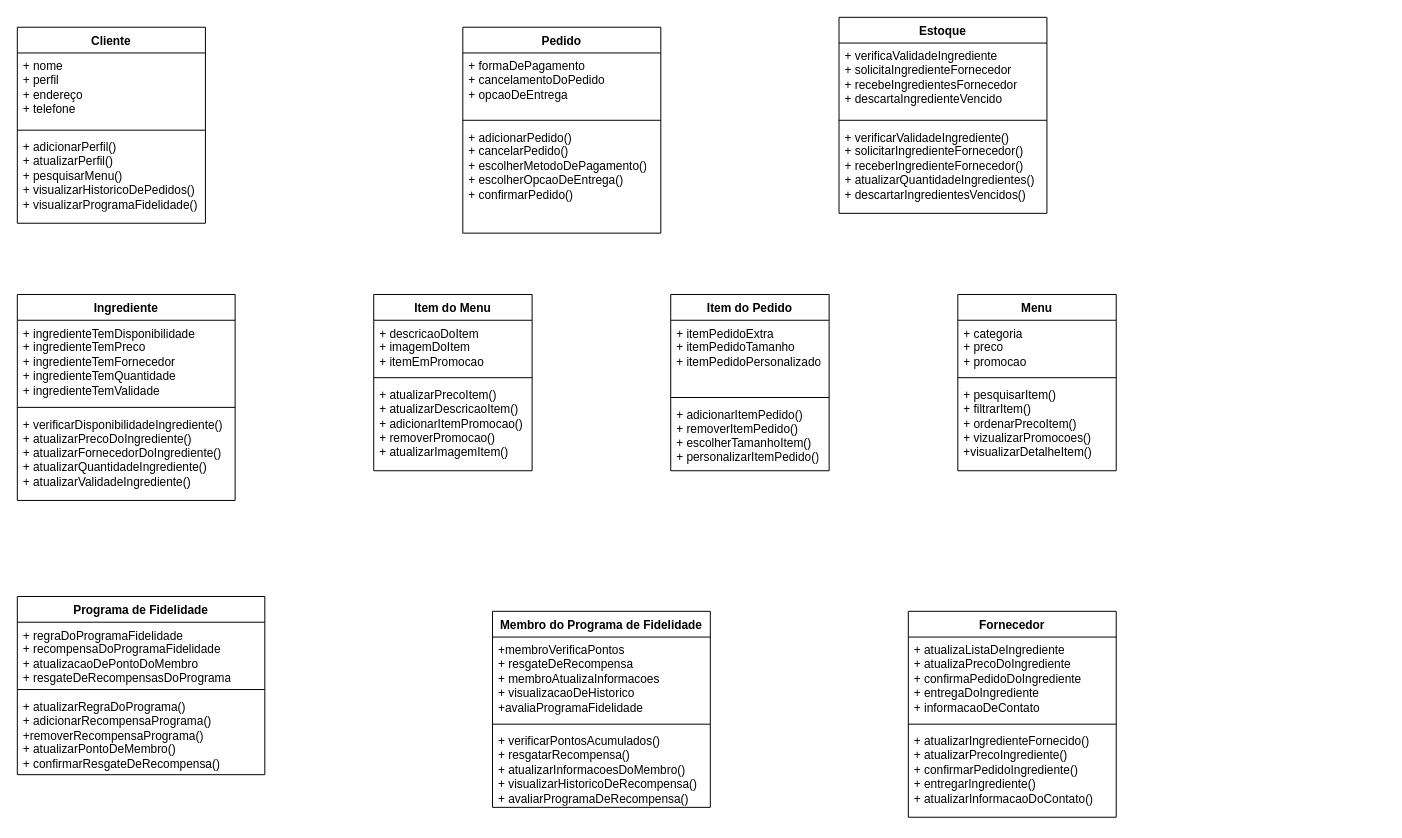
This is DiagramaDeClasses.drawio from JORGEMELO21/StarupSequencial, a draw.io file, before an edit. Source tidied: cells renumbered, new cells numbered last; positions are measured from the earlier drawing's top-left corner, leaving out a move shared by most shapes. Both pictures are drawn from the tidied source at 99%, with x=0, y=0 at pixel (17, 17).
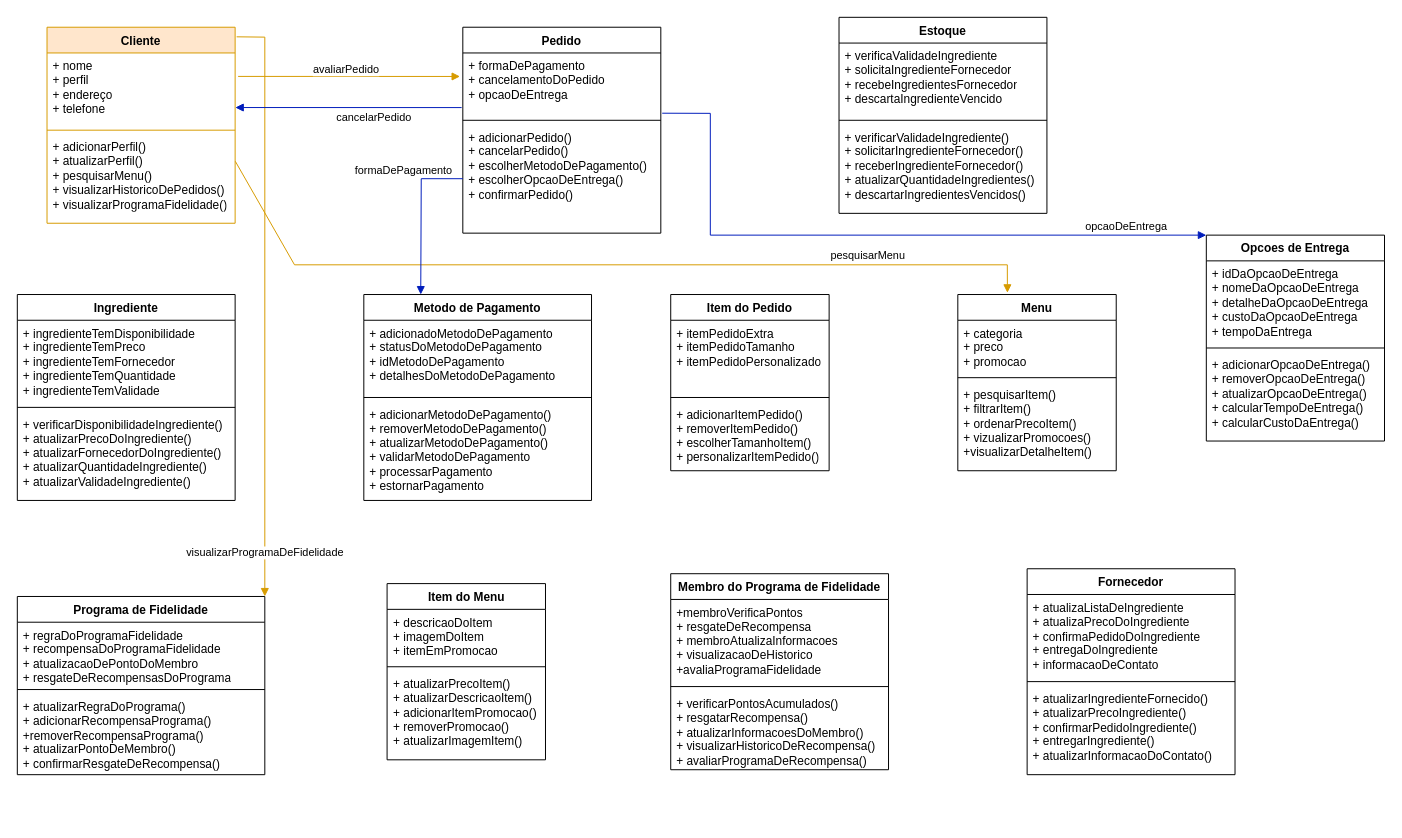
After the change.

Unchanged cells that the change refers to:
```xml
<mxCell id="3" value="+ nome &lt;br&gt;+ perfil &lt;br&gt;+ endereço &lt;br&gt;+ telefone&lt;br&gt;" style="text;strokeColor=none;fillColor=none;align=left;verticalAlign=top;spacingLeft=4;spacingRight=4;overflow=hidden;points=[[0,0.5],[1,0.5]];portConstraint=eastwest;whiteSpace=wrap;html=1;" parent="2" vertex="1">
  <mxGeometry y="26" width="190" height="74" as="geometry" />
</mxCell>
<mxCell id="5" value="+ adicionarPerfil() &lt;br&gt;+ atualizarPerfil() &lt;br&gt;+ pesquisarMenu() &lt;br&gt;+ visualizarHistoricoDePedidos()&lt;br&gt; + visualizarProgramaFidelidade()&lt;br&gt;" style="text;strokeColor=none;fillColor=none;align=left;verticalAlign=top;spacingLeft=4;spacingRight=4;overflow=hidden;points=[[0,0.5],[1,0.5]];portConstraint=eastwest;whiteSpace=wrap;html=1;" parent="2" vertex="1">
  <mxGeometry y="108" width="190" height="90" as="geometry" />
</mxCell>
<mxCell id="7" value="+ formaDePagamento &lt;br&gt;+ cancelamentoDoPedido&lt;br&gt;+ opcaoDeEntrega&lt;br&gt;" style="text;strokeColor=none;fillColor=none;align=left;verticalAlign=top;spacingLeft=4;spacingRight=4;overflow=hidden;points=[[0,0.5],[1,0.5]];portConstraint=eastwest;whiteSpace=wrap;html=1;" parent="6" vertex="1">
  <mxGeometry y="26" width="200" height="64" as="geometry" />
</mxCell>
<mxCell id="9" value="+ adicionarPedido() &lt;br&gt;+ cancelarPedido() &lt;br&gt;+ escolherMetodoDePagamento()&lt;br&gt;+ escolherOpcaoDeEntrega()&lt;br&gt;+ confirmarPedido()&lt;br&gt;" style="text;strokeColor=none;fillColor=none;align=left;verticalAlign=top;spacingLeft=4;spacingRight=4;overflow=hidden;points=[[0,0.5],[1,0.5]];portConstraint=eastwest;whiteSpace=wrap;html=1;" parent="6" vertex="1">
  <mxGeometry y="98" width="200" height="110" as="geometry" />
</mxCell>
<mxCell id="14" value="Menu" style="swimlane;fontStyle=1;align=center;verticalAlign=top;horizontal=1;startSize=26;whiteSpace=wrap;html=1;" parent="1" vertex="1">
  <mxGeometry x="950" y="280" width="160" height="178" as="geometry" />
</mxCell>
<mxCell id="34" value="Programa de Fidelidade" style="swimlane;fontStyle=1;align=center;verticalAlign=top;horizontal=1;startSize=26;whiteSpace=wrap;html=1;" parent="1" vertex="1">
  <mxGeometry y="585" width="250" height="180" as="geometry" />
</mxCell>
```

Change to the diagram source:
```diff
@@
-    <mxCell id="2" value="Cliente" style="swimlane;fontStyle=1;align=center;verticalAlign=top;horizontal=1;startSize=26;whiteSpace=wrap;html=1;" parent="1" vertex="1">
-      <mxGeometry y="10" width="190" height="198" as="geometry" />
+    <mxCell id="2" value="Cliente" style="swimlane;fontStyle=1;align=center;verticalAlign=top;horizontal=1;startSize=26;whiteSpace=wrap;html=1;fillColor=#ffe6cc;strokeColor=#d79b00;" parent="1" vertex="1">
+      <mxGeometry x="30" y="10" width="190" height="198" as="geometry" />
     </mxCell>
@@
     <mxCell id="18" value="Item do Menu" style="swimlane;fontStyle=1;align=center;verticalAlign=top;horizontal=1;startSize=26;whiteSpace=wrap;html=1;" parent="1" vertex="1">
-      <mxGeometry x="360" y="280" width="160" height="178" as="geometry" />
+      <mxGeometry x="373.5" y="572" width="160" height="178" as="geometry" />
     </mxCell>
@@
     <mxCell id="30" value="Fornecedor" style="swimlane;fontStyle=1;align=center;verticalAlign=top;horizontal=1;startSize=26;whiteSpace=wrap;html=1;" parent="1" vertex="1">
-      <mxGeometry x="900" y="600" width="210" height="208" as="geometry" />
+      <mxGeometry x="1020" y="557" width="210" height="208" as="geometry" />
     </mxCell>
@@
     <mxCell id="38" value="Membro do Programa de Fidelidade" style="swimlane;fontStyle=1;align=center;verticalAlign=top;horizontal=1;startSize=26;whiteSpace=wrap;html=1;" parent="1" vertex="1">
-      <mxGeometry x="480" y="600" width="220" height="198" as="geometry" />
+      <mxGeometry x="660" y="562" width="220" height="198" as="geometry" />
     </mxCell>
@@
+    <mxCell id="42" style="html=1;verticalAlign=bottom;endArrow=block;curved=0;rounded=0;exitX=1.016;exitY=0.32;exitDx=0;exitDy=0;exitPerimeter=0;entryX=-0.014;entryY=0.371;entryDx=0;entryDy=0;entryPerimeter=0;fillColor=#ffe6cc;strokeColor=#d79b00;" parent="1" edge="1" source="3" target="7">
+      <mxGeometry relative="1" as="geometry" />
+    </mxCell>
+    <mxCell id="43" value="avaliarPedido" style="edgeLabel;html=1;align=center;verticalAlign=middle;" parent="42" vertex="1">
+      <mxGeometry x="-0.04" y="7" relative="1" as="geometry" />
+    </mxCell>
+    <mxCell id="44" value="pesquisarMenu" style="html=1;verticalAlign=bottom;endArrow=block;curved=0;rounded=0;exitX=1.001;exitY=0.305;exitDx=0;exitDy=0;exitPerimeter=0;entryX=0.313;entryY=-0.01;entryDx=0;entryDy=0;entryPerimeter=0;fillColor=#ffe6cc;strokeColor=#d79b00;" parent="1" edge="1" source="5" target="14">
+      <mxGeometry x="0.61" relative="1" as="geometry">
+        <Array as="points">
+          <mxPoint x="280" y="250" />
+          <mxPoint x="1000" y="250" />
+        </Array>
+      </mxGeometry>
+    </mxCell>
+    <mxCell id="45" value="visualizarProgramaDeFidelidade" style="html=1;verticalAlign=bottom;endArrow=block;curved=0;rounded=0;exitX=1.008;exitY=0.049;exitDx=0;exitDy=0;exitPerimeter=0;entryX=1;entryY=0;entryDx=0;entryDy=0;fillColor=#ffe6cc;strokeColor=#d79b00;" parent="1" edge="1" source="2" target="34">
+      <mxGeometry x="0.88" relative="1" as="geometry">
+        <Array as="points">
+          <mxPoint x="250" y="20" />
+        </Array>
+      </mxGeometry>
+    </mxCell>
+    <mxCell id="46" value="cancelarPedido" style="html=1;verticalAlign=bottom;endArrow=block;curved=0;rounded=0;entryX=1.001;entryY=0.745;entryDx=0;entryDy=0;entryPerimeter=0;exitX=-0.006;exitY=0.862;exitDx=0;exitDy=0;exitPerimeter=0;fillColor=#0050ef;strokeColor=#001DBC;" parent="1" edge="1" source="7" target="3">
+      <mxGeometry x="-0.22" y="19" relative="1" as="geometry" />
+    </mxCell>
+    <mxCell id="47" value="Metodo de Pagamento" style="swimlane;fontStyle=1;align=center;verticalAlign=top;horizontal=1;startSize=26;whiteSpace=wrap;html=1;" parent="1" vertex="1">
+      <mxGeometry x="350" y="280" width="230" height="208" as="geometry" />
+    </mxCell>
+    <mxCell id="48" value="+ adicionadoMetodoDePagamento&lt;br&gt;+ statusDoMetodoDePagamento&lt;br&gt;+ idMetodoDePagamento&lt;br&gt;+ detalhesDoMetodoDePagamento" style="text;strokeColor=none;fillColor=none;align=left;verticalAlign=top;spacingLeft=4;spacingRight=4;overflow=hidden;whiteSpace=wrap;html=1;" parent="47" vertex="1">
+      <mxGeometry y="26" width="230" height="74" as="geometry" />
+    </mxCell>
+    <mxCell id="49" style="line;strokeWidth=1;fillColor=none;align=left;verticalAlign=middle;spacingTop=-1;spacingLeft=3;spacingRight=3;labelPosition=right;strokeColor=inherit;" parent="47" vertex="1">
+      <mxGeometry y="100" width="230" height="8" as="geometry" />
+    </mxCell>
+    <mxCell id="50" value="+ adicionarMetodoDePagamento()&lt;br&gt;+ removerMetodoDePagamento()&lt;br&gt;+ atualizarMetodoDePagamento()&lt;br&gt;+ validarMetodoDePagamento&lt;br&gt;+ processarPagamento&lt;br&gt;+ estornarPagamento" style="text;strokeColor=none;fillColor=none;align=left;verticalAlign=top;spacingLeft=4;spacingRight=4;overflow=hidden;whiteSpace=wrap;html=1;" parent="47" vertex="1">
+      <mxGeometry y="108" width="230" height="100" as="geometry" />
+    </mxCell>
+    <mxCell id="51" value="Opcoes de Entrega" style="swimlane;fontStyle=1;align=center;verticalAlign=top;horizontal=1;startSize=26;whiteSpace=wrap;html=1;" parent="1" vertex="1">
+      <mxGeometry x="1201" y="220" width="180" height="208" as="geometry" />
+    </mxCell>
+    <mxCell id="52" value="+ idDaOpcaoDeEntrega&lt;br&gt;+ nomeDaOpcaoDeEntrega&lt;br&gt;+ detalheDaOpcaoDeEntrega&lt;br&gt;+ custoDaOpcaoDeEntrega&lt;br&gt;+ tempoDaEntrega" style="text;strokeColor=none;fillColor=none;align=left;verticalAlign=top;spacingLeft=4;spacingRight=4;overflow=hidden;whiteSpace=wrap;html=1;" parent="51" vertex="1">
+      <mxGeometry y="26" width="180" height="84" as="geometry" />
+    </mxCell>
+    <mxCell id="53" style="line;strokeWidth=1;fillColor=none;align=left;verticalAlign=middle;spacingTop=-1;spacingLeft=3;spacingRight=3;labelPosition=right;strokeColor=inherit;" parent="51" vertex="1">
+      <mxGeometry y="110" width="180" height="8" as="geometry" />
+    </mxCell>
+    <mxCell id="54" value="+ adicionarOpcaoDeEntrega()&lt;br&gt;+ removerOpcaoDeEntrega()&lt;br&gt;+ atualizarOpcaoDeEntrega()&lt;br&gt;+ calcularTempoDeEntrega()&lt;br&gt;+ calcularCustoDaEntrega()" style="text;strokeColor=none;fillColor=none;align=left;verticalAlign=top;spacingLeft=4;spacingRight=4;overflow=hidden;whiteSpace=wrap;html=1;" parent="51" vertex="1">
+      <mxGeometry y="118" width="180" height="90" as="geometry" />
+    </mxCell>
+    <mxCell id="55" value="opcaoDeEntrega" style="html=1;verticalAlign=bottom;endArrow=block;curved=0;rounded=0;exitX=1.007;exitY=0.951;exitDx=0;exitDy=0;exitPerimeter=0;entryX=0;entryY=0;entryDx=0;entryDy=0;fillColor=#0050ef;strokeColor=#001DBC;" parent="1" edge="1" source="7" target="51">
+      <mxGeometry x="0.76" relative="1" as="geometry">
+        <Array as="points">
+          <mxPoint x="700" y="97" />
+          <mxPoint x="700" y="220" />
+        </Array>
+      </mxGeometry>
+    </mxCell>
+    <mxCell id="56" value="formaDePagamento" style="html=1;verticalAlign=bottom;endArrow=block;curved=0;rounded=0;entryX=0.25;entryY=0;entryDx=0;entryDy=0;exitX=0;exitY=0.5;exitDx=0;exitDy=0;fillColor=#0050ef;strokeColor=#001DBC;" parent="1" edge="1" source="9" target="47">
+      <mxGeometry x="-0.47" y="-18" relative="1" as="geometry">
+        <Array as="points">
+          <mxPoint x="408" y="163" />
+        </Array>
+        <mxPoint y="1" as="offset" />
+      </mxGeometry>
+    </mxCell>
```
